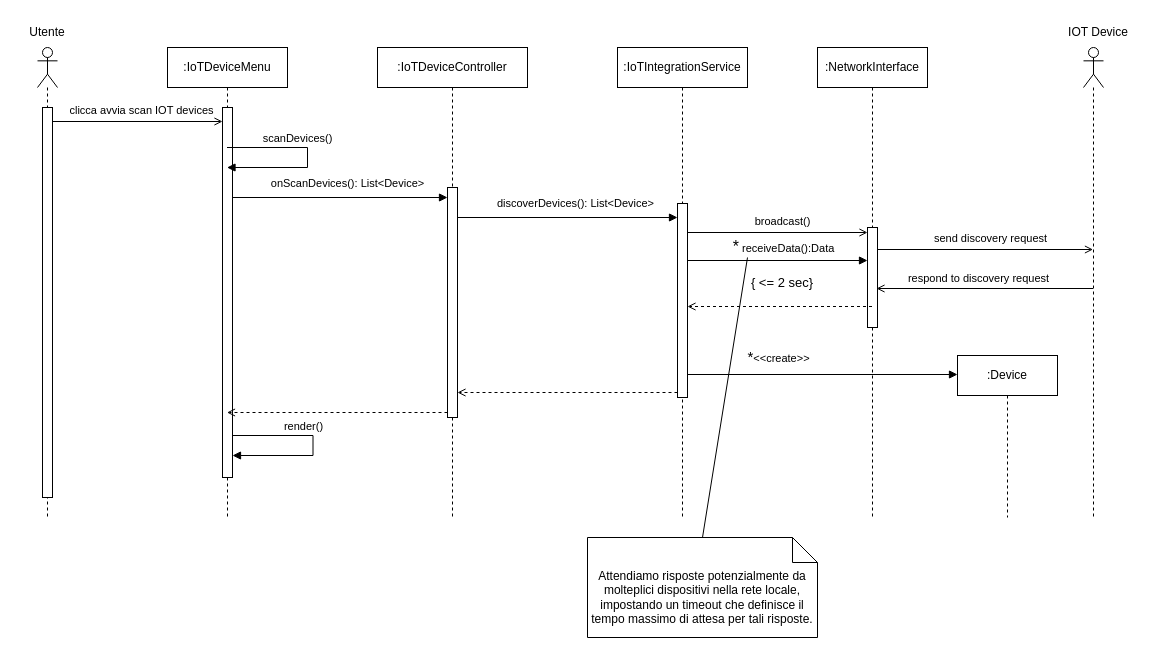
The draw.io diagram content/seq/seqScanIOTDevices.drawio in uni-aca100/ing-proj, before the edit. Source tidied: cells renumbered, new cells numbered last; positions are measured from the earlier drawing's top-left corner, leaving out a move shared by most shapes. Both pictures are drawn from the tidied source at 100%, with x=0, y=0 at pixel (17, 17).
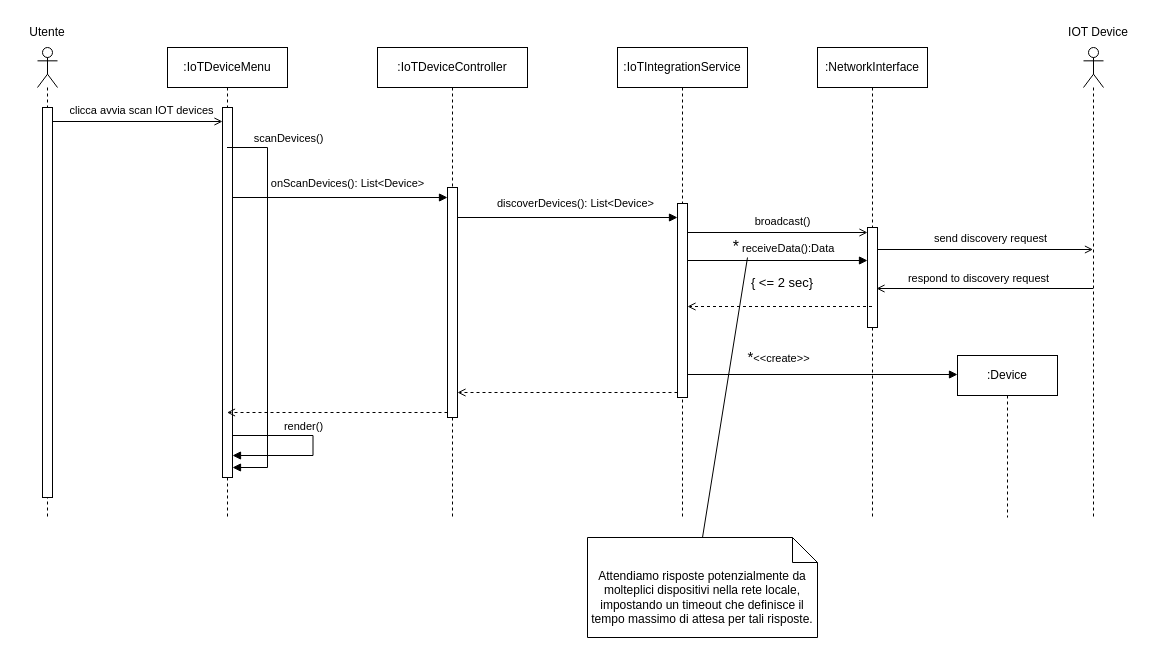
Above is the later version.

The change refers to these unchanged cells:
```xml
<mxCell id="7" style="html=1;points=[[0,0,0,0,5],[0,1,0,0,-5],[1,0,0,0,5],[1,1,0,0,-5]];perimeter=orthogonalPerimeter;outlineConnect=0;targetShapes=umlLifeline;portConstraint=eastwest;newEdgeStyle={&quot;curved&quot;:0,&quot;rounded&quot;:0};" parent="6" vertex="1">
  <mxGeometry x="55" y="60" width="10" height="370" as="geometry" />
</mxCell>
```

Diff of the diagram source:
```diff
@@
-    <mxCell id="14" style="html=1;verticalAlign=bottom;labelBackgroundColor=none;endArrow=block;endFill=1;rounded=0;" parent="1" edge="1">
+    <mxCell id="14" style="html=1;verticalAlign=bottom;labelBackgroundColor=none;endArrow=block;endFill=1;rounded=0;" parent="1" edge="1" target="7">
       <mxGeometry relative="1" as="geometry">
         <mxPoint x="209.5" y="130" as="sourcePoint" />
-        <mxPoint x="209.5" y="150" as="targetPoint" />
         <Array as="points">
-          <mxPoint x="290" y="130" />
-          <mxPoint x="290" y="150" />
+          <mxPoint x="250" y="130" />
+          <mxPoint x="250" y="450" />
         </Array>
       </mxGeometry>
     </mxCell>
     <mxCell id="15" value="scanDevices()" style="edgeLabel;html=1;align=center;verticalAlign=middle;" parent="14" vertex="1">
       <mxGeometry x="-0.52" y="1" relative="1" as="geometry">
-        <mxPoint x="27" y="-9" as="offset" />
+        <mxPoint x="19" y="-64" as="offset" />
       </mxGeometry>
     </mxCell>
```
